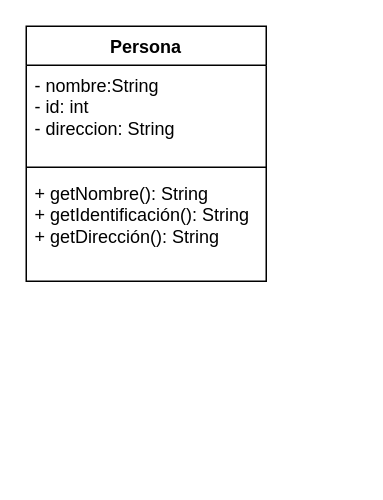
Earlier version of the draw.io diagram ACD.drawio (Nikooll/ACD). Source tidied: cells renumbered, new cells numbered last; positions are measured from the earlier drawing's top-left corner, leaving out a move shared by most shapes. Both pictures are drawn from the tidied source at 150%, with x=0, y=0 at pixel (26, 26).
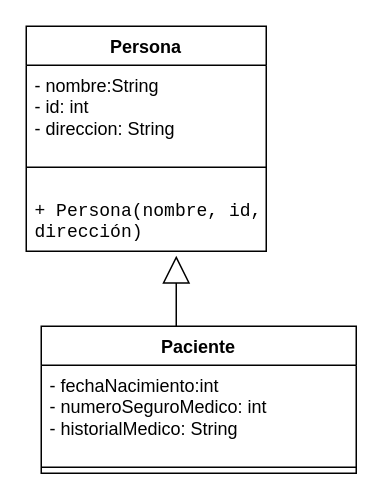
Above is the later version.

What changed in the source:
```diff
@@
 <mxGraphModel>
   <root>
     <mxCell id="0" />
     <mxCell id="1" parent="0" />
     <mxCell id="2" value="Persona" style="swimlane;fontStyle=1;align=center;verticalAlign=top;horizontal=1;startSize=26;whiteSpace=wrap;html=1;" parent="1" vertex="1">
-      <mxGeometry width="160" height="170" as="geometry" />
+      <mxGeometry width="160" height="150" as="geometry" />
     </mxCell>
     <mxCell id="3" value="&lt;div&gt;- nombre:String&lt;/div&gt;&lt;div&gt;- id: int&lt;/div&gt;&lt;div&gt;- direccion: String&lt;/div&gt;&lt;div&gt;&lt;br&gt;&lt;/div&gt;" style="text;strokeColor=none;fillColor=none;align=left;verticalAlign=top;spacingLeft=4;spacingRight=4;overflow=hidden;whiteSpace=wrap;html=1;" parent="2" vertex="1">
       <mxGeometry y="26" width="160" height="64" as="geometry" />
     </mxCell>
     <mxCell id="4" style="line;strokeWidth=1;fillColor=none;align=left;verticalAlign=middle;spacingTop=-1;spacingLeft=3;spacingRight=3;labelPosition=right;strokeColor=inherit;" parent="2" vertex="1">
       <mxGeometry y="90" width="160" height="8" as="geometry" />
     </mxCell>
-    <mxCell id="5" value="+ getNombre(): String&amp;nbsp;&amp;nbsp;&amp;nbsp; &amp;nbsp;&lt;br&gt;+ getIdentificación(): String&amp;nbsp; &lt;br&gt;+ getDirección(): String" style="text;strokeColor=none;fillColor=none;align=left;verticalAlign=top;spacingLeft=4;spacingRight=4;overflow=hidden;points=[[0,0.5],[1,0.5]];portConstraint=eastwest;whiteSpace=wrap;html=1;" parent="2" vertex="1">
-      <mxGeometry y="98" width="160" height="72" as="geometry" />
+    <mxCell id="5" value="&lt;pre&gt;&lt;code class=&quot;!whitespace-pre hljs language-plaintext&quot;&gt;+ Persona(nombre, id,&lt;br&gt;dirección)&lt;/code&gt;&lt;/pre&gt;" style="text;strokeColor=none;fillColor=none;align=left;verticalAlign=top;spacingLeft=4;spacingRight=4;overflow=hidden;points=[[0,0.5],[1,0.5]];portConstraint=eastwest;whiteSpace=wrap;html=1;" parent="2" vertex="1">
+      <mxGeometry y="98" width="160" height="52" as="geometry" />
     </mxCell>
+    <mxCell id="6" style="endArrow=block;endSize=16;endFill=0;html=1;rounded=0;entryX=0.625;entryY=1.058;entryDx=0;entryDy=0;entryPerimeter=0;" parent="1" edge="1" target="5">
+      <mxGeometry relative="1" as="geometry">
+        <mxPoint x="100" y="200" as="sourcePoint" />
+      </mxGeometry>
+    </mxCell>
+    <mxCell id="7" value="Paciente" style="swimlane;fontStyle=1;align=center;verticalAlign=top;horizontal=1;startSize=26;whiteSpace=wrap;html=1;" parent="1" vertex="1">
+      <mxGeometry x="10" y="200" width="210" height="98" as="geometry" />
+    </mxCell>
+    <mxCell id="8" value="&lt;div&gt;- fechaNacimiento:int&lt;/div&gt;&lt;div&gt;- numeroSeguroMedico: int&lt;/div&gt;&lt;div&gt;- historialMedico: String&lt;/div&gt;" style="text;strokeColor=none;fillColor=none;align=left;verticalAlign=top;spacingLeft=4;spacingRight=4;overflow=hidden;whiteSpace=wrap;html=1;" parent="7" vertex="1">
+      <mxGeometry y="26" width="210" height="64" as="geometry" />
+    </mxCell>
+    <mxCell id="9" style="line;strokeWidth=1;fillColor=none;align=left;verticalAlign=middle;spacingTop=-1;spacingLeft=3;spacingRight=3;labelPosition=right;strokeColor=inherit;" parent="7" vertex="1">
+      <mxGeometry y="90" width="210" height="8" as="geometry" />
+    </mxCell>
   </root>
 </mxGraphModel>
```
